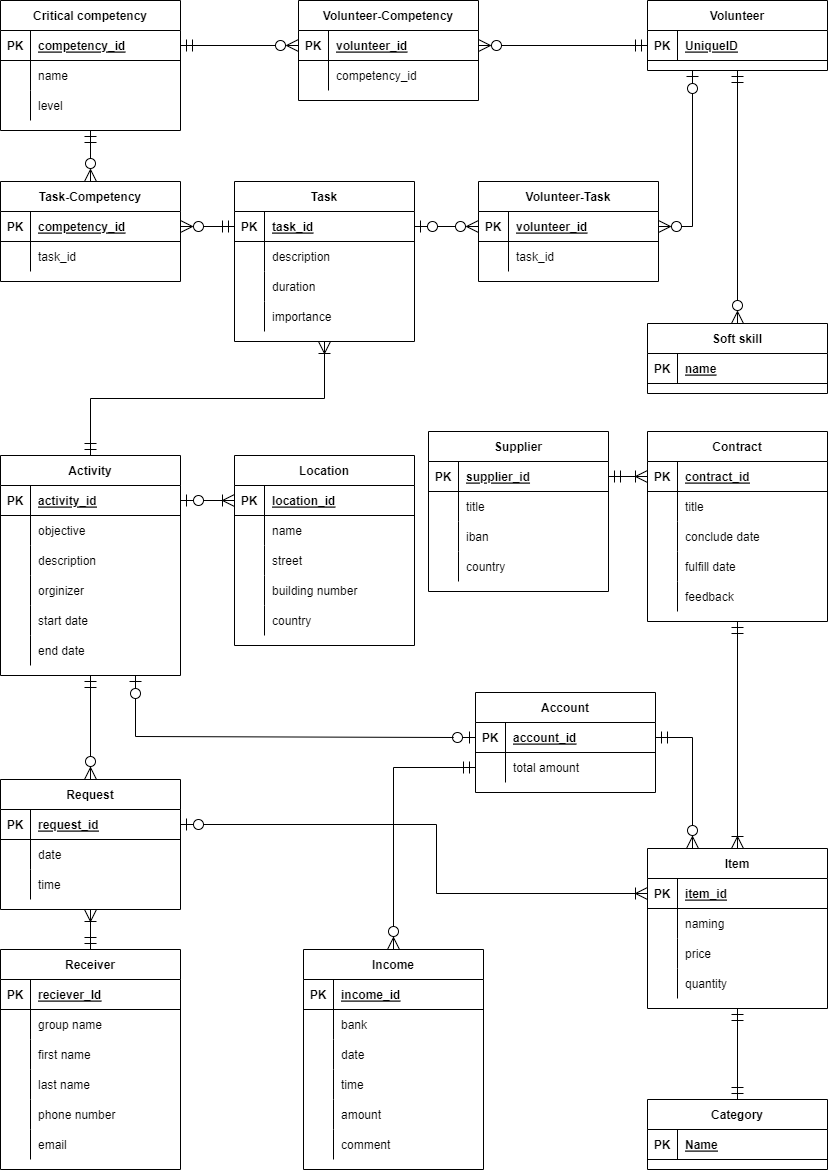
This is ERD 2.0.png from C4ptainHook/Database-Coursework, a draw.io export, as it was before one commit. Source tidied: cells renumbered, new cells last; positions are measured from the earlier drawing's top-left corner, leaving out a move shared by most shapes.
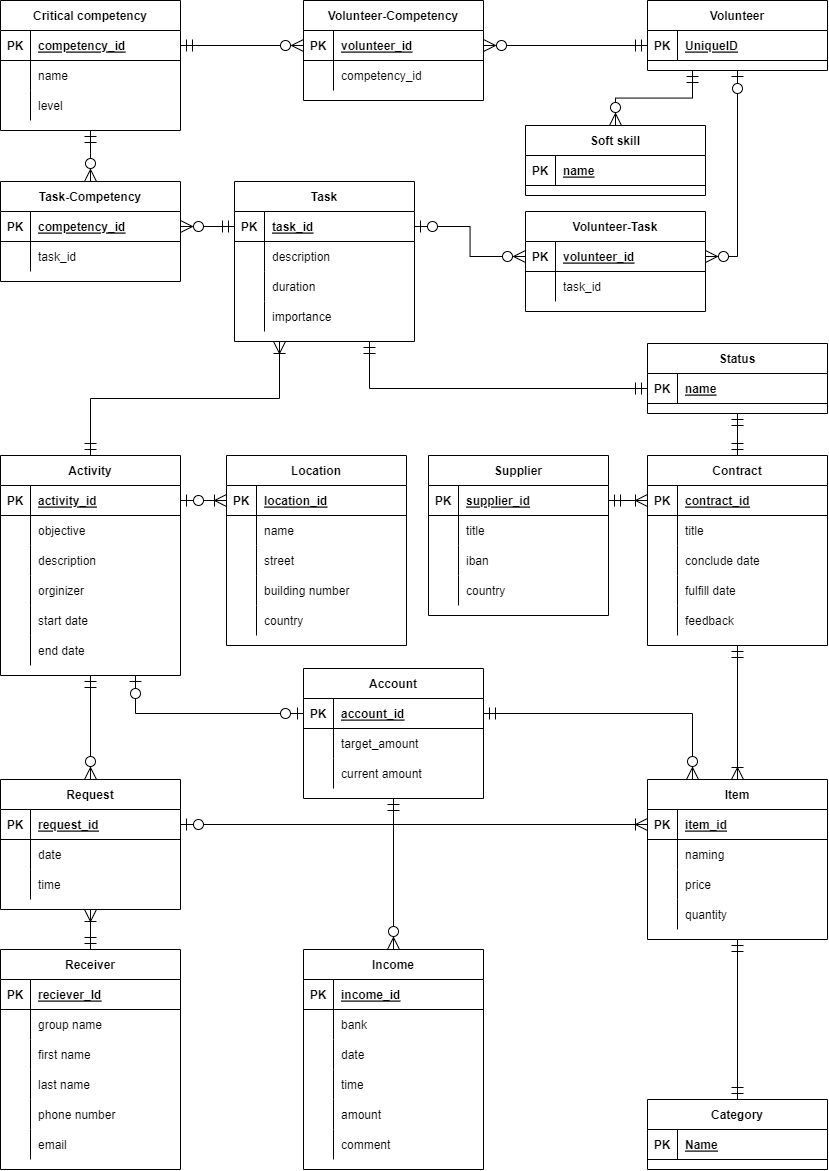
After the change.

Change to the diagram source:
```diff
@@ -3,7 +3,7 @@
     <mxCell id="0" />
     <mxCell id="1" parent="0" />
     <mxCell id="2" value="Supplier" style="shape=table;startSize=30;rowLines=0;fontStyle=1;align=center;" parent="1" vertex="1">
-      <mxGeometry x="428" y="431" width="180" height="160" as="geometry" />
+      <mxGeometry x="428" y="455" width="180" height="160" as="geometry" />
     </mxCell>
     <mxCell id="3" style="shape=tableRow;horizontal=0;startSize=0;swimlaneHead=0;swimlaneBody=0;fillColor=none;points=[[0,0.5],[1,0.5]];portConstraint=eastwest;top=0;left=0;right=0;bottom=1;" parent="2" vertex="1">
       <mxGeometry y="30" width="180" height="30" as="geometry" />
@@ -41,8 +41,11 @@
     <mxCell id="14" value="country" style="shape=partialRectangle;fillColor=none;top=0;left=0;bottom=0;right=0;align=left;spacingLeft=6;overflow=hidden;" parent="12" vertex="1">
       <mxGeometry x="30" width="150" height="30" as="geometry" />
     </mxCell>
+    <mxCell id="208" style="edgeStyle=none;rounded=0;jettySize=auto;html=1;exitX=0.5;exitY=0;exitDx=0;exitDy=0;entryX=0.5;entryY=1;entryDx=0;entryDy=0;startArrow=ERmandOne;startFill=0;endArrow=ERmandOne;endFill=0;startSize=10;endSize=10;" parent="1" edge="1" source="15" target="212">
+      <mxGeometry relative="1" as="geometry" />
+    </mxCell>
     <mxCell id="15" value="Contract" style="shape=table;startSize=30;rowLines=0;fontStyle=1;align=center;" parent="1" vertex="1">
-      <mxGeometry x="647" y="431" width="180" height="190" as="geometry" />
+      <mxGeometry x="647" y="455" width="180" height="190" as="geometry" />
     </mxCell>
     <mxCell id="16" style="shape=tableRow;horizontal=0;startSize=0;swimlaneHead=0;swimlaneBody=0;fillColor=none;points=[[0,0.5],[1,0.5]];portConstraint=eastwest;top=0;left=0;right=0;bottom=1;" parent="15" vertex="1">
       <mxGeometry y="30" width="180" height="30" as="geometry" />
@@ -303,7 +306,7 @@
       <mxGeometry x="30" width="150" height="30" as="geometry" />
     </mxCell>
     <mxCell id="102" value="Account" style="shape=table;startSize=30;rowLines=0;fontStyle=1;align=center;" parent="1" vertex="1">
-      <mxGeometry x="475" y="692" width="180" height="100" as="geometry" />
+      <mxGeometry x="303" y="668" width="180" height="130" as="geometry" />
     </mxCell>
     <mxCell id="103" style="shape=tableRow;horizontal=0;startSize=0;swimlaneHead=0;swimlaneBody=0;fillColor=none;points=[[0,0.5],[1,0.5]];portConstraint=eastwest;top=0;left=0;right=0;bottom=1;" parent="102" vertex="1">
       <mxGeometry y="30" width="180" height="30" as="geometry" />
@@ -314,16 +317,25 @@
     <mxCell id="105" value="account_id" style="shape=partialRectangle;fillColor=none;top=0;left=0;bottom=0;right=0;align=left;spacingLeft=6;fontStyle=5;overflow=hidden;" parent="103" vertex="1">
       <mxGeometry x="30" width="150" height="30" as="geometry" />
     </mxCell>
+    <mxCell id="209" style="shape=tableRow;horizontal=0;startSize=0;swimlaneHead=0;swimlaneBody=0;fillColor=none;top=0;left=0;right=0;bottom=0;" parent="102" vertex="1">
+      <mxGeometry y="60" width="180" height="30" as="geometry" />
+    </mxCell>
+    <mxCell id="210" style="shape=partialRectangle;fillColor=none;top=0;left=0;bottom=0;right=0;overflow=hidden;" parent="209" vertex="1">
+      <mxGeometry width="30" height="30" as="geometry" />
+    </mxCell>
+    <mxCell id="211" value="target_amount" style="shape=partialRectangle;fillColor=none;top=0;left=0;bottom=0;right=0;align=left;spacingLeft=6;overflow=hidden;" parent="209" vertex="1">
+      <mxGeometry x="30" width="150" height="30" as="geometry" />
+    </mxCell>
     <mxCell id="106" style="shape=tableRow;horizontal=0;startSize=0;swimlaneHead=0;swimlaneBody=0;fillColor=none;points=[[0,0.5],[1,0.5]];portConstraint=eastwest;top=0;left=0;right=0;bottom=0;" parent="102" vertex="1">
-      <mxGeometry y="60" width="180" height="30" as="geometry" />
+      <mxGeometry y="90" width="180" height="30" as="geometry" />
     </mxCell>
     <mxCell id="107" style="shape=partialRectangle;fillColor=none;top=0;left=0;bottom=0;right=0;overflow=hidden;" parent="106" vertex="1">
       <mxGeometry width="30" height="30" as="geometry" />
     </mxCell>
-    <mxCell id="108" value="total amount" style="shape=partialRectangle;fillColor=none;top=0;left=0;bottom=0;right=0;align=left;spacingLeft=6;overflow=hidden;" parent="106" vertex="1">
+    <mxCell id="108" value="current amount" style="shape=partialRectangle;fillColor=none;top=0;left=0;bottom=0;right=0;align=left;spacingLeft=6;overflow=hidden;" parent="106" vertex="1">
       <mxGeometry x="30" width="150" height="30" as="geometry" />
     </mxCell>
-    <mxCell id="109" style="edgeStyle=orthogonalEdgeStyle;rounded=0;jettySize=auto;html=1;exitX=0.5;exitY=1;exitDx=0;exitDy=0;entryX=0.5;entryY=0;entryDx=0;entryDy=0;endArrow=ERzeroToMany;endFill=0;startArrow=ERmandOne;startFill=0;endSize=10;startSize=10;" parent="1" edge="1" source="110" target="114">
+    <mxCell id="109" style="edgeStyle=orthogonalEdgeStyle;rounded=0;jettySize=auto;html=1;entryX=0.5;entryY=0;entryDx=0;entryDy=0;endArrow=ERzeroToMany;endFill=0;startArrow=ERmandOne;startFill=0;endSize=10;startSize=10;exitX=0.25;exitY=1;exitDx=0;exitDy=0;" parent="1" edge="1" source="110" target="114">
       <mxGeometry relative="1" as="geometry" />
     </mxCell>
     <mxCell id="110" value="Volunteer" style="shape=table;startSize=30;rowLines=0;fontStyle=1;align=center;" parent="1" vertex="1">
@@ -339,7 +351,7 @@
       <mxGeometry x="30" width="150" height="30" as="geometry" />
     </mxCell>
     <mxCell id="114" value="Soft skill" style="shape=table;startSize=30;rowLines=0;fontStyle=1;align=center;" parent="1" vertex="1">
-      <mxGeometry x="647" y="323" width="180" height="70" as="geometry" />
+      <mxGeometry x="525" y="125" width="180" height="70" as="geometry" />
     </mxCell>
     <mxCell id="115" style="shape=tableRow;horizontal=0;startSize=0;swimlaneHead=0;swimlaneBody=0;fillColor=none;top=0;left=0;right=0;bottom=1;" parent="114" vertex="1">
       <mxGeometry y="30" width="180" height="30" as="geometry" />
@@ -380,11 +392,11 @@
     <mxCell id="127" value="level" style="shape=partialRectangle;fillColor=none;top=0;left=0;bottom=0;right=0;align=left;spacingLeft=6;overflow=hidden;" parent="125" vertex="1">
       <mxGeometry x="30" width="150" height="30" as="geometry" />
     </mxCell>
-    <mxCell id="128" style="edgeStyle=orthogonalEdgeStyle;rounded=0;jettySize=auto;html=1;endArrow=ERoneToMany;endFill=0;startArrow=ERmandOne;startFill=0;endSize=10;startSize=10;exitX=0.5;exitY=0;exitDx=0;exitDy=0;entryX=0.5;entryY=1;entryDx=0;entryDy=0;" parent="1" edge="1" source="31" target="89">
+    <mxCell id="128" style="edgeStyle=orthogonalEdgeStyle;rounded=0;jettySize=auto;html=1;endArrow=ERoneToMany;endFill=0;startArrow=ERmandOne;startFill=0;endSize=10;startSize=10;exitX=0.5;exitY=0;exitDx=0;exitDy=0;entryX=0.25;entryY=1;entryDx=0;entryDy=0;" parent="1" edge="1" source="31" target="89">
       <mxGeometry relative="1" as="geometry" />
     </mxCell>
     <mxCell id="129" value="Volunteer-Task" style="shape=table;startSize=30;rowLines=0;fontStyle=1;align=center;" parent="1" vertex="1">
-      <mxGeometry x="478" y="181" width="180" height="100" as="geometry" />
+      <mxGeometry x="525" y="211" width="180" height="100" as="geometry" />
     </mxCell>
     <mxCell id="130" style="shape=tableRow;horizontal=0;startSize=0;swimlaneHead=0;swimlaneBody=0;fillColor=none;points=[[0,0.5],[1,0.5]];portConstraint=eastwest;top=0;left=0;right=0;bottom=1;" parent="129" vertex="1">
       <mxGeometry y="30" width="180" height="30" as="geometry" />
@@ -443,16 +455,11 @@
     <mxCell id="148" style="fontSize=12;html=1;endArrow=ERzeroToMany;startArrow=ERmandOne;rounded=0;endSize=10;startSize=10;elbow=vertical;entryX=0.5;entryY=0;entryDx=0;entryDy=0;edgeStyle=orthogonalEdgeStyle;exitX=0.5;exitY=1;exitDx=0;exitDy=0;" parent="1" edge="1" source="31" target="137">
       <mxGeometry relative="1" as="geometry" />
     </mxCell>
-    <mxCell id="149" style="edgeStyle=orthogonalEdgeStyle;fontSize=12;html=1;endArrow=ERzeroToMany;startArrow=ERmandOne;rounded=0;entryX=0.5;entryY=0;entryDx=0;entryDy=0;exitX=0;exitY=0.5;exitDx=0;exitDy=0;endSize=10;startSize=10;" parent="1" edge="1" source="106" target="69">
+    <mxCell id="149" style="edgeStyle=orthogonalEdgeStyle;fontSize=12;html=1;endArrow=ERzeroToMany;startArrow=ERmandOne;rounded=0;entryX=0.5;entryY=0;entryDx=0;entryDy=0;exitX=0.5;exitY=1;exitDx=0;exitDy=0;endSize=10;startSize=10;" parent="1" edge="1" source="102" target="69">
       <mxGeometry relative="1" as="geometry" />
     </mxCell>
     <mxCell id="150" style="fontSize=12;html=1;endArrow=ERzeroToOne;endFill=1;rounded=0;startSize=10;endSize=10;exitX=0;exitY=0.5;exitDx=0;exitDy=0;entryX=0.75;entryY=1;entryDx=0;entryDy=0;startArrow=ERzeroToOne;startFill=0;edgeStyle=orthogonalEdgeStyle;" parent="1" edge="1" source="103" target="31">
-      <mxGeometry relative="1" as="geometry">
-        <Array as="points">
-          <mxPoint x="453" y="736" />
-          <mxPoint x="135" y="736" />
-        </Array>
-      </mxGeometry>
+      <mxGeometry relative="1" as="geometry" />
     </mxCell>
     <mxCell id="151" style="edgeStyle=orthogonalEdgeStyle;fontSize=12;html=1;endArrow=ERzeroToMany;startArrow=ERmandOne;rounded=0;entryX=0.25;entryY=0;entryDx=0;entryDy=0;exitX=1;exitY=0.5;exitDx=0;exitDy=0;endSize=10;startSize=10;" parent="1" edge="1" source="103" target="153">
       <mxGeometry relative="1" as="geometry" />
@@ -461,7 +468,7 @@
       <mxGeometry relative="1" as="geometry" />
     </mxCell>
     <mxCell id="153" value="Item" style="shape=table;startSize=30;rowLines=0;fontStyle=1;align=center;" parent="1" vertex="1">
-      <mxGeometry x="647" y="848" width="180" height="160" as="geometry" />
+      <mxGeometry x="647" y="779" width="180" height="160" as="geometry" />
     </mxCell>
     <mxCell id="154" style="shape=tableRow;horizontal=0;startSize=0;swimlaneHead=0;swimlaneBody=0;fillColor=none;points=[[0,0.5],[1,0.5]];portConstraint=eastwest;top=0;left=0;right=0;bottom=1;" parent="153" vertex="1">
       <mxGeometry y="30" width="180" height="30" as="geometry" />
@@ -499,13 +506,8 @@
     <mxCell id="165" value="quantity" style="shape=partialRectangle;fillColor=none;top=0;left=0;bottom=0;right=0;align=left;spacingLeft=6;overflow=hidden;" parent="163" vertex="1">
       <mxGeometry x="30" width="150" height="30" as="geometry" />
     </mxCell>
-    <mxCell id="166" style="fontSize=12;html=1;endArrow=ERoneToMany;startArrow=ERzeroToOne;rounded=0;startSize=10;endSize=10;exitX=1;exitY=0.5;exitDx=0;exitDy=0;entryX=0;entryY=0.5;entryDx=0;entryDy=0;endFill=0;edgeStyle=orthogonalEdgeStyle;startFill=0;" parent="1" edge="1" source="138" target="154">
-      <mxGeometry relative="1" as="geometry">
-        <Array as="points">
-          <mxPoint x="436" y="824" />
-          <mxPoint x="436" y="893" />
-        </Array>
-      </mxGeometry>
+    <mxCell id="166" style="fontSize=12;html=1;endArrow=ERoneToMany;startArrow=ERzeroToOne;rounded=0;startSize=10;endSize=10;exitX=1;exitY=0.5;exitDx=0;exitDy=0;entryX=0;entryY=0.5;entryDx=0;entryDy=0;endFill=0;startFill=0;" parent="1" edge="1" source="138" target="154">
+      <mxGeometry relative="1" as="geometry" />
     </mxCell>
     <mxCell id="167" style="edgeStyle=orthogonalEdgeStyle;rounded=0;jettySize=auto;html=1;entryX=1;entryY=0.5;entryDx=0;entryDy=0;startArrow=ERmandOne;startFill=0;endArrow=ERzeroToMany;endFill=0;startSize=10;endSize=10;exitX=0;exitY=0.5;exitDx=0;exitDy=0;" parent="1" edge="1" source="90" target="169">
       <mxGeometry relative="1" as="geometry" />
@@ -531,14 +533,14 @@
     <mxCell id="174" value="task_id" style="shape=partialRectangle;fillColor=none;top=0;left=0;bottom=0;right=0;align=left;spacingLeft=6;overflow=hidden;" parent="172" vertex="1">
       <mxGeometry x="30" width="150" height="30" as="geometry" />
     </mxCell>
-    <mxCell id="175" style="edgeStyle=orthogonalEdgeStyle;rounded=0;jettySize=auto;html=1;exitX=0.25;exitY=1;exitDx=0;exitDy=0;startArrow=ERzeroToOne;startFill=0;endArrow=ERzeroToMany;endFill=0;startSize=10;endSize=10;entryX=1;entryY=0.5;entryDx=0;entryDy=0;" parent="1" edge="1" source="110" target="130">
+    <mxCell id="175" style="edgeStyle=orthogonalEdgeStyle;rounded=0;jettySize=auto;html=1;exitX=0.5;exitY=1;exitDx=0;exitDy=0;startArrow=ERzeroToOne;startFill=0;endArrow=ERzeroToMany;endFill=0;startSize=10;endSize=10;entryX=1;entryY=0.5;entryDx=0;entryDy=0;" parent="1" edge="1" source="110" target="130">
       <mxGeometry relative="1" as="geometry" />
     </mxCell>
     <mxCell id="176" style="edgeStyle=orthogonalEdgeStyle;rounded=0;jettySize=auto;html=1;exitX=0.5;exitY=1;exitDx=0;exitDy=0;entryX=0.5;entryY=0;entryDx=0;entryDy=0;startArrow=ERmandOne;startFill=0;endArrow=ERzeroToMany;endFill=0;startSize=10;endSize=10;" parent="1" edge="1" source="118" target="168">
       <mxGeometry relative="1" as="geometry" />
     </mxCell>
     <mxCell id="177" value="Volunteer-Competency" style="shape=table;startSize=30;rowLines=0;fontStyle=1;align=center;" parent="1" vertex="1">
-      <mxGeometry x="298" width="180" height="100" as="geometry" />
+      <mxGeometry x="303" width="180" height="100" as="geometry" />
     </mxCell>
     <mxCell id="178" style="shape=tableRow;horizontal=0;startSize=0;swimlaneHead=0;swimlaneBody=0;fillColor=none;points=[[0,0.5],[1,0.5]];portConstraint=eastwest;top=0;left=0;right=0;bottom=1;" parent="177" vertex="1">
       <mxGeometry y="30" width="180" height="30" as="geometry" />
@@ -580,7 +582,7 @@
       <mxGeometry relative="1" as="geometry" />
     </mxCell>
     <mxCell id="191" value="Location" style="shape=table;startSize=30;rowLines=0;fontStyle=1;align=center;" parent="1" vertex="1">
-      <mxGeometry x="234" y="455" width="180" height="190" as="geometry" />
+      <mxGeometry x="226" y="455" width="180" height="190" as="geometry" />
     </mxCell>
     <mxCell id="192" style="shape=tableRow;horizontal=0;startSize=0;swimlaneHead=0;swimlaneBody=0;fillColor=none;points=[[0,0.5],[1,0.5]];portConstraint=eastwest;top=0;left=0;right=0;bottom=1;" parent="191" vertex="1">
       <mxGeometry y="30" width="180" height="30" as="geometry" />
@@ -630,5 +632,20 @@
     <mxCell id="207" style="edgeStyle=orthogonalEdgeStyle;rounded=0;jettySize=auto;html=1;exitX=1;exitY=0.5;exitDx=0;exitDy=0;entryX=0;entryY=0.5;entryDx=0;entryDy=0;startArrow=ERzeroToOne;startFill=0;endArrow=ERoneToMany;endFill=0;startSize=10;endSize=10;" parent="1" edge="1" source="32" target="192">
       <mxGeometry relative="1" as="geometry" />
     </mxCell>
+    <mxCell id="212" value="Status" style="shape=table;startSize=30;rowLines=0;fontStyle=1;align=center;" parent="1" vertex="1">
+      <mxGeometry x="647" y="343" width="180" height="70" as="geometry" />
+    </mxCell>
+    <mxCell id="213" style="shape=tableRow;horizontal=0;startSize=0;swimlaneHead=0;swimlaneBody=0;fillColor=none;points=[[0,0.5],[1,0.5]];portConstraint=eastwest;top=0;left=0;right=0;bottom=1;" parent="212" vertex="1">
+      <mxGeometry y="30" width="180" height="30" as="geometry" />
+    </mxCell>
+    <mxCell id="214" value="PK" style="shape=partialRectangle;fillColor=none;top=0;left=0;bottom=0;right=0;fontStyle=1;overflow=hidden;" parent="213" vertex="1">
+      <mxGeometry width="30" height="30" as="geometry" />
+    </mxCell>
+    <mxCell id="215" value="name" style="shape=partialRectangle;fillColor=none;top=0;left=0;bottom=0;right=0;align=left;spacingLeft=6;fontStyle=5;overflow=hidden;" parent="213" vertex="1">
+      <mxGeometry x="30" width="150" height="30" as="geometry" />
+    </mxCell>
+    <mxCell id="216" style="edgeStyle=orthogonalEdgeStyle;rounded=0;jettySize=auto;html=1;exitX=0;exitY=0.5;exitDx=0;exitDy=0;entryX=0.75;entryY=1;entryDx=0;entryDy=0;startArrow=ERmandOne;startFill=0;endArrow=ERmandOne;endFill=0;startSize=10;endSize=10;" parent="1" edge="1" source="213" target="89">
+      <mxGeometry relative="1" as="geometry" />
+    </mxCell>
   </root>
 </mxGraphModel>
```
